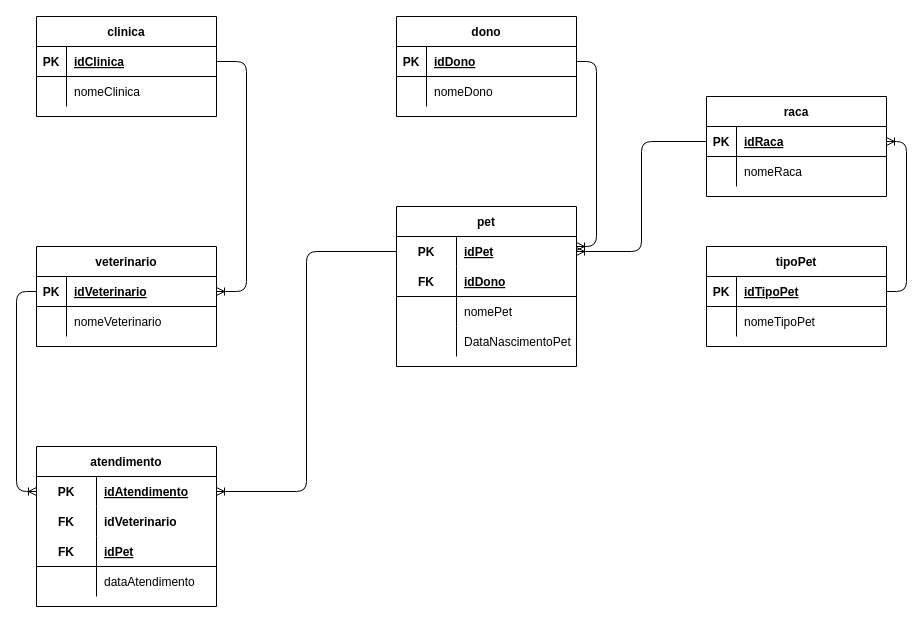
Samel-OP/Senai_Sprint1_BD keeps this draw.io diagram as page "logico" (2 of 2) of Exercícios-aula3/1.3-exercicio-pclinics/1.3-exercicio-pclinics.drawio. Above is the earlier version. Source tidied: cells renumbered, new cells numbered last; positions are measured from the earlier drawing's top-left corner, leaving out a move shared by most shapes. Both pictures are drawn from the tidied source at 100%, with x=0, y=0 at pixel (16, 16).
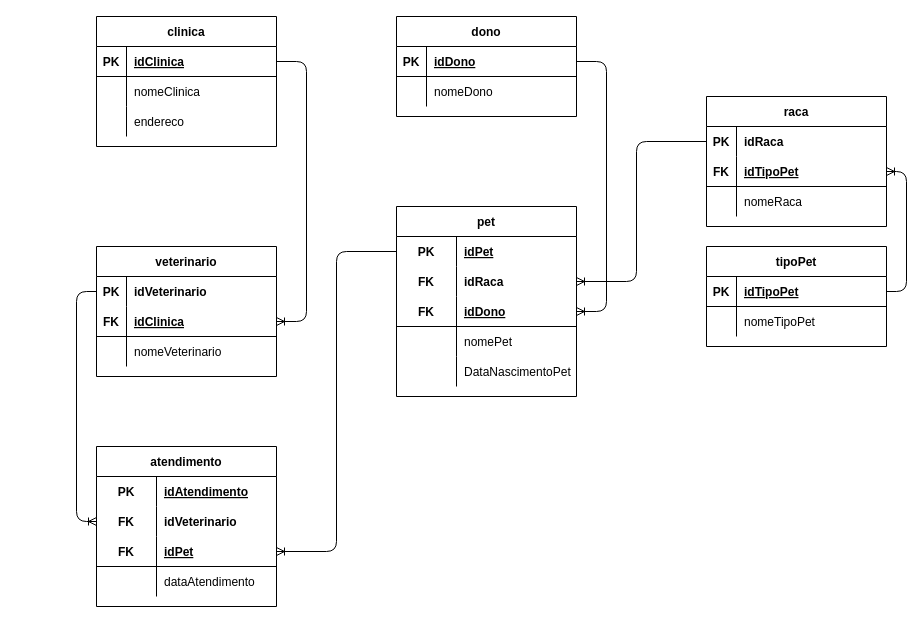
After the change.

The change refers to these unchanged cells:
```xml
<mxCell id="17" style="shape=partialRectangle;fillColor=none;top=0;left=0;bottom=0;right=0;points=[[0,0.5],[1,0.5]];portConstraint=eastwest;" parent="16" vertex="1">
  <mxGeometry y="30" width="180" height="30" as="geometry" />
</mxCell>
<mxCell id="20" style="shape=partialRectangle;fillColor=none;top=0;left=0;bottom=0;right=0;points=[[0,0.5],[1,0.5]];portConstraint=eastwest;" parent="16" vertex="1">
  <mxGeometry y="60" width="180" height="30" as="geometry" />
</mxCell>
<mxCell id="23" style="shape=partialRectangle;fillColor=none;top=0;left=0;bottom=1;right=0;points=[[0,0.5],[1,0.5]];portConstraint=eastwest;" parent="16" vertex="1">
  <mxGeometry y="90" width="180" height="30" as="geometry" />
</mxCell>
<mxCell id="30" style="shape=partialRectangle;fillColor=none;top=0;left=0;bottom=1;right=0;points=[[0,0.5],[1,0.5]];portConstraint=eastwest;" parent="29" vertex="1">
  <mxGeometry y="30" width="180" height="30" as="geometry" />
</mxCell>
<mxCell id="37" style="shape=partialRectangle;fillColor=none;top=0;left=0;bottom=0;right=0;points=[[0,0.5],[1,0.5]];portConstraint=eastwest;" parent="36" vertex="1">
  <mxGeometry y="30" width="180" height="30" as="geometry" />
</mxCell>
<mxCell id="57" style="shape=partialRectangle;fillColor=none;top=0;left=0;bottom=1;right=0;points=[[0,0.5],[1,0.5]];portConstraint=eastwest;" parent="56" vertex="1">
  <mxGeometry y="30" width="180" height="30" as="geometry" />
</mxCell>
```

Diff of the diagram source:
```diff
@@
     <mxCell id="2" value="clinica" style="shape=table;startSize=30;childLayout=tableLayout;rowLines=0;fontStyle=1;align=center;" parent="1" vertex="1">
-      <mxGeometry x="20" width="180" height="100" as="geometry" />
+      <mxGeometry x="80" width="180" height="130" as="geometry" />
     </mxCell>
@@
+    <mxCell id="69" style="shape=partialRectangle;fillColor=none;top=0;left=0;bottom=0;right=0;" parent="2" vertex="1">
+      <mxGeometry y="90" width="180" height="30" as="geometry" />
+    </mxCell>
+    <mxCell id="70" style="shape=partialRectangle;fillColor=none;top=0;left=0;bottom=0;right=0;overflow=hidden;" parent="69" vertex="1">
+      <mxGeometry width="30" height="30" as="geometry" />
+    </mxCell>
+    <mxCell id="71" value="endereco" style="shape=partialRectangle;fillColor=none;top=0;left=0;bottom=0;right=0;align=left;spacingLeft=6;overflow=hidden;" parent="69" vertex="1">
+      <mxGeometry x="30" width="150" height="30" as="geometry" />
+    </mxCell>
     <mxCell id="9" value="veterinario" style="shape=table;startSize=30;childLayout=tableLayout;rowLines=0;fontStyle=1;align=center;" parent="1" vertex="1">
-      <mxGeometry x="20" y="230" width="180" height="100" as="geometry" />
+      <mxGeometry x="80" y="230" width="180" height="130" as="geometry" />
     </mxCell>
+    <mxCell id="72" style="shape=partialRectangle;fillColor=none;top=0;left=0;bottom=0;right=0;points=[[0,0.5],[1,0.5]];portConstraint=eastwest;" parent="9" vertex="1">
+      <mxGeometry y="30" width="180" height="30" as="geometry" />
+    </mxCell>
+    <mxCell id="73" value="PK" style="shape=partialRectangle;fillColor=none;top=0;left=0;bottom=0;right=0;fontStyle=1;overflow=hidden;" parent="72" vertex="1">
+      <mxGeometry width="30" height="30" as="geometry" />
+    </mxCell>
+    <mxCell id="74" value="idVeterinario" style="shape=partialRectangle;fillColor=none;top=0;left=0;bottom=0;right=0;align=left;spacingLeft=6;fontStyle=1;overflow=hidden;" parent="72" vertex="1">
+      <mxGeometry x="30" width="150" height="30" as="geometry" />
+    </mxCell>
     <mxCell id="10" style="shape=partialRectangle;fillColor=none;top=0;left=0;bottom=1;right=0;points=[[0,0.5],[1,0.5]];portConstraint=eastwest;" parent="9" vertex="1">
-      <mxGeometry y="30" width="180" height="30" as="geometry" />
+      <mxGeometry y="60" width="180" height="30" as="geometry" />
     </mxCell>
-    <mxCell id="11" value="PK" style="shape=partialRectangle;fillColor=none;top=0;left=0;bottom=0;right=0;fontStyle=1;overflow=hidden;" parent="10" vertex="1">
+    <mxCell id="11" value="FK" style="shape=partialRectangle;fillColor=none;top=0;left=0;bottom=0;right=0;fontStyle=1;overflow=hidden;" parent="10" vertex="1">
       <mxGeometry width="30" height="30" as="geometry" />
     </mxCell>
-    <mxCell id="12" value="idVeterinario" style="shape=partialRectangle;fillColor=none;top=0;left=0;bottom=0;right=0;align=left;spacingLeft=6;fontStyle=5;overflow=hidden;" parent="10" vertex="1">
+    <mxCell id="12" value="idClinica" style="shape=partialRectangle;fillColor=none;top=0;left=0;bottom=0;right=0;align=left;spacingLeft=6;fontStyle=5;overflow=hidden;" parent="10" vertex="1">
       <mxGeometry x="30" width="150" height="30" as="geometry" />
     </mxCell>
     <mxCell id="13" style="shape=partialRectangle;fillColor=none;top=0;left=0;bottom=0;right=0;" parent="9" vertex="1">
-      <mxGeometry y="60" width="180" height="30" as="geometry" />
+      <mxGeometry y="90" width="180" height="30" as="geometry" />
     </mxCell>
@@
     <mxCell id="16" value="atendimento" style="shape=table;startSize=30;childLayout=tableLayout;rowLines=0;fontStyle=1;align=center;" parent="1" vertex="1">
-      <mxGeometry x="20" y="430" width="180" height="160" as="geometry" />
+      <mxGeometry x="80" y="430" width="180" height="160" as="geometry" />
     </mxCell>
@@
     <mxCell id="36" value="pet" style="shape=table;startSize=30;childLayout=tableLayout;rowLines=0;fontStyle=1;align=center;" parent="1" vertex="1">
-      <mxGeometry x="380" y="190" width="180" height="160" as="geometry" />
+      <mxGeometry x="380" y="190" width="180" height="190" as="geometry" />
     </mxCell>
@@
+    <mxCell id="75" style="shape=partialRectangle;fillColor=none;top=0;left=0;bottom=0;right=0;points=[[0,0.5],[1,0.5]];portConstraint=eastwest;" parent="36" vertex="1">
+      <mxGeometry y="60" width="180" height="30" as="geometry" />
+    </mxCell>
+    <mxCell id="76" value="FK" style="shape=partialRectangle;fillColor=none;top=0;left=0;bottom=0;right=0;fontStyle=1;overflow=hidden;" parent="75" vertex="1">
+      <mxGeometry width="60" height="30" as="geometry" />
+    </mxCell>
+    <mxCell id="77" value="idRaca" style="shape=partialRectangle;fillColor=none;top=0;left=0;bottom=0;right=0;align=left;spacingLeft=6;fontStyle=1;overflow=hidden;" parent="75" vertex="1">
+      <mxGeometry x="60" width="120" height="30" as="geometry" />
+    </mxCell>
     <mxCell id="40" style="shape=partialRectangle;fillColor=none;top=0;left=0;bottom=1;right=0;points=[[0,0.5],[1,0.5]];portConstraint=eastwest;" parent="36" vertex="1">
-      <mxGeometry y="60" width="180" height="30" as="geometry" />
+      <mxGeometry y="90" width="180" height="30" as="geometry" />
     </mxCell>
@@
     <mxCell id="43" style="shape=partialRectangle;fillColor=none;top=0;left=0;bottom=0;right=0;" parent="36" vertex="1">
-      <mxGeometry y="90" width="180" height="30" as="geometry" />
+      <mxGeometry y="120" width="180" height="30" as="geometry" />
     </mxCell>
@@
     <mxCell id="46" style="shape=partialRectangle;fillColor=none;top=0;left=0;bottom=0;right=0;" parent="36" vertex="1">
-      <mxGeometry y="120" width="180" height="30" as="geometry" />
+      <mxGeometry y="150" width="180" height="30" as="geometry" />
     </mxCell>
@@
     <mxCell id="49" value="raca" style="shape=table;startSize=30;childLayout=tableLayout;rowLines=0;fontStyle=1;align=center;" parent="1" vertex="1">
-      <mxGeometry x="690" y="80" width="180" height="100" as="geometry" />
+      <mxGeometry x="690" y="80" width="180" height="130" as="geometry" />
     </mxCell>
+    <mxCell id="78" style="shape=partialRectangle;fillColor=none;top=0;left=0;bottom=0;right=0;points=[[0,0.5],[1,0.5]];portConstraint=eastwest;" parent="49" vertex="1">
+      <mxGeometry y="30" width="180" height="30" as="geometry" />
+    </mxCell>
+    <mxCell id="79" value="PK" style="shape=partialRectangle;fillColor=none;top=0;left=0;bottom=0;right=0;fontStyle=1;overflow=hidden;" parent="78" vertex="1">
+      <mxGeometry width="30" height="30" as="geometry" />
+    </mxCell>
+    <mxCell id="80" value="idRaca" style="shape=partialRectangle;fillColor=none;top=0;left=0;bottom=0;right=0;align=left;spacingLeft=6;fontStyle=1;overflow=hidden;" parent="78" vertex="1">
+      <mxGeometry x="30" width="150" height="30" as="geometry" />
+    </mxCell>
     <mxCell id="50" style="shape=partialRectangle;fillColor=none;top=0;left=0;bottom=1;right=0;points=[[0,0.5],[1,0.5]];portConstraint=eastwest;" parent="49" vertex="1">
-      <mxGeometry y="30" width="180" height="30" as="geometry" />
+      <mxGeometry y="60" width="180" height="30" as="geometry" />
     </mxCell>
-    <mxCell id="51" value="PK" style="shape=partialRectangle;fillColor=none;top=0;left=0;bottom=0;right=0;fontStyle=1;overflow=hidden;" parent="50" vertex="1">
+    <mxCell id="51" value="FK" style="shape=partialRectangle;fillColor=none;top=0;left=0;bottom=0;right=0;fontStyle=1;overflow=hidden;" parent="50" vertex="1">
       <mxGeometry width="30" height="30" as="geometry" />
     </mxCell>
-    <mxCell id="52" value="idRaca" style="shape=partialRectangle;fillColor=none;top=0;left=0;bottom=0;right=0;align=left;spacingLeft=6;fontStyle=5;overflow=hidden;" parent="50" vertex="1">
+    <mxCell id="52" value="idTipoPet" style="shape=partialRectangle;fillColor=none;top=0;left=0;bottom=0;right=0;align=left;spacingLeft=6;fontStyle=5;overflow=hidden;" parent="50" vertex="1">
       <mxGeometry x="30" width="150" height="30" as="geometry" />
     </mxCell>
     <mxCell id="53" style="shape=partialRectangle;fillColor=none;top=0;left=0;bottom=0;right=0;" parent="49" vertex="1">
-      <mxGeometry y="60" width="180" height="30" as="geometry" />
+      <mxGeometry y="90" width="180" height="30" as="geometry" />
     </mxCell>
@@
-    <mxCell id="64" style="edgeStyle=orthogonalEdgeStyle;fontSize=12;html=1;endArrow=ERoneToMany;exitX=0;exitY=0.5;exitDx=0;exitDy=0;entryX=0;entryY=0.5;entryDx=0;entryDy=0;" parent="1" edge="1" source="10" target="17">
+    <mxCell id="64" style="edgeStyle=orthogonalEdgeStyle;fontSize=12;html=1;endArrow=ERoneToMany;exitX=0;exitY=0.5;exitDx=0;exitDy=0;entryX=0;entryY=0.5;entryDx=0;entryDy=0;" parent="1" edge="1" source="72" target="20">
       <mxGeometry relative="1" as="geometry">
         <Array as="points">
-          <mxPoint y="275" />
-          <mxPoint y="475" />
+          <mxPoint x="60" y="275" />
+          <mxPoint x="60" y="505" />
         </Array>
       </mxGeometry>
     </mxCell>
-    <mxCell id="65" style="edgeStyle=orthogonalEdgeStyle;fontSize=12;html=1;endArrow=ERoneToMany;entryX=1;entryY=0.5;entryDx=0;entryDy=0;exitX=0;exitY=0.5;exitDx=0;exitDy=0;" parent="1" edge="1" source="37" target="17">
+    <mxCell id="65" style="edgeStyle=orthogonalEdgeStyle;fontSize=12;html=1;endArrow=ERoneToMany;entryX=1;entryY=0.5;entryDx=0;entryDy=0;exitX=0;exitY=0.5;exitDx=0;exitDy=0;" parent="1" edge="1" source="37" target="23">
       <mxGeometry relative="1" as="geometry" />
     </mxCell>
-    <mxCell id="66" style="edgeStyle=orthogonalEdgeStyle;fontSize=12;html=1;endArrow=ERoneToMany;exitX=0;exitY=0.5;exitDx=0;exitDy=0;" parent="1" edge="1" source="50" target="37">
-      <mxGeometry relative="1" as="geometry" />
+    <mxCell id="66" style="edgeStyle=orthogonalEdgeStyle;fontSize=12;html=1;endArrow=ERoneToMany;exitX=0;exitY=0.5;exitDx=0;exitDy=0;entryX=1;entryY=0.5;entryDx=0;entryDy=0;" parent="1" edge="1" source="78" target="75">
+      <mxGeometry relative="1" as="geometry">
+        <Array as="points">
+          <mxPoint x="620" y="125" />
+          <mxPoint x="620" y="265" />
+        </Array>
+      </mxGeometry>
     </mxCell>
     <mxCell id="67" style="edgeStyle=orthogonalEdgeStyle;fontSize=12;html=1;endArrow=ERoneToMany;entryX=1;entryY=0.5;entryDx=0;entryDy=0;exitX=1;exitY=0.5;exitDx=0;exitDy=0;" parent="1" edge="1" source="57" target="50">
       <mxGeometry relative="1" as="geometry">
         <Array as="points">
           <mxPoint x="890" y="275" />
-          <mxPoint x="890" y="125" />
+          <mxPoint x="890" y="155" />
         </Array>
       </mxGeometry>
     </mxCell>
-    <mxCell id="68" style="edgeStyle=orthogonalEdgeStyle;fontSize=12;html=1;endArrow=ERoneToMany;exitX=1;exitY=0.5;exitDx=0;exitDy=0;" parent="1" edge="1" source="30">
+    <mxCell id="68" style="edgeStyle=orthogonalEdgeStyle;fontSize=12;html=1;endArrow=ERoneToMany;exitX=1;exitY=0.5;exitDx=0;exitDy=0;entryX=1;entryY=0.5;entryDx=0;entryDy=0;" parent="1" edge="1" source="30" target="40">
       <mxGeometry relative="1" as="geometry">
-        <mxPoint x="560" y="230" as="targetPoint" />
         <Array as="points">
-          <mxPoint x="580" y="45" />
-          <mxPoint x="580" y="230" />
+          <mxPoint x="590" y="45" />
+          <mxPoint x="590" y="295" />
         </Array>
       </mxGeometry>
     </mxCell>
```
